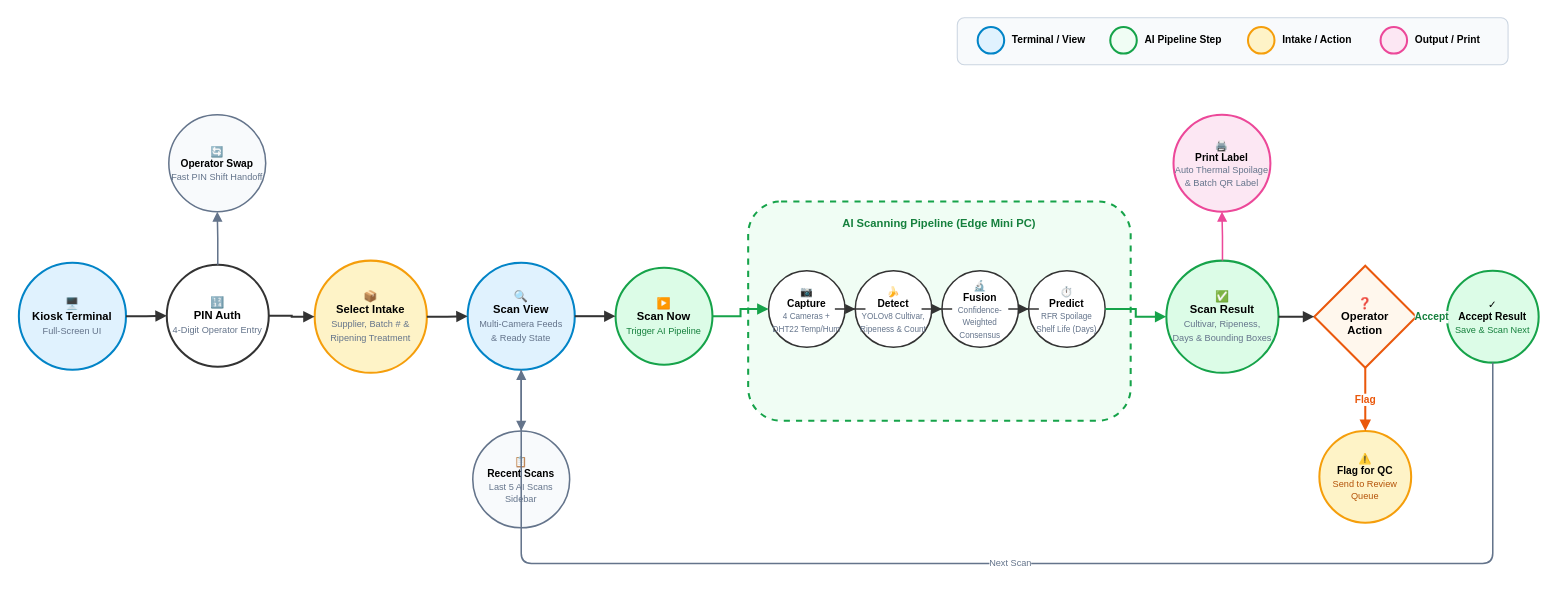
Before: docs/bananavision-docs/docs/workflows/workflow_kiosk.drawio in BlackShark404/BananaVision, a draw.io diagram. Source tidied: cells renumbered, new cells numbered last; positions are measured from the earlier drawing's top-left corner, leaving out a move shared by most shapes. Both pictures are drawn from the tidied source at 102%, with x=0, y=0 at pixel (18, 17).
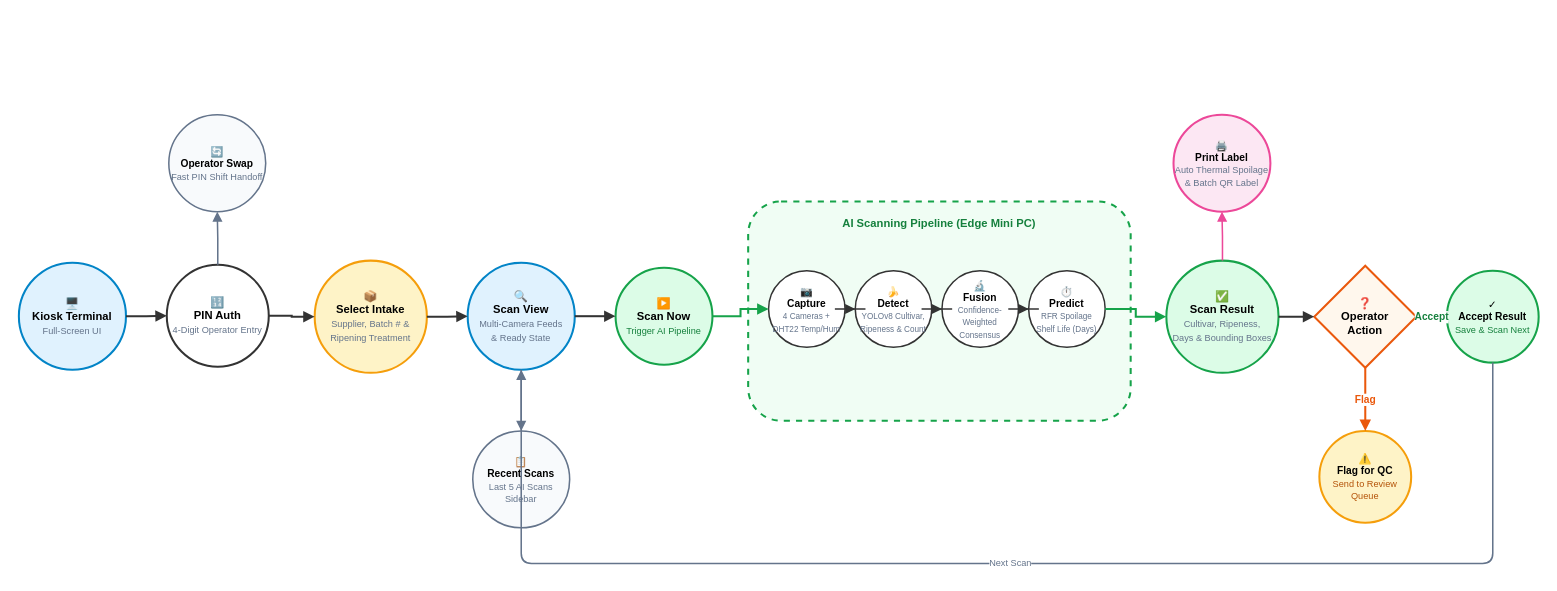
The same diagram, later.

Commit message (it also covers changes not shown here):
refactor: remove legend boxes from workflow diagram files

Change to the diagram source:
```diff
@@
-    <mxCell id="2" style="rounded=1;whiteSpace=wrap;html=1;fillColor=#f8fafc;strokeColor=#cbd5e1;strokeWidth=1;" parent="1" vertex="1">
-      <mxGeometry x="920" width="540" height="46" as="geometry" />
-    </mxCell>
-    <mxCell id="3" style="ellipse;whiteSpace=wrap;html=1;fillColor=#e0f2fe;strokeColor=#0284c7;strokeWidth=2;" parent="1" vertex="1">
-      <mxGeometry x="940" y="9" width="26" height="26" as="geometry" />
-    </mxCell>
-    <mxCell id="4" value="&lt;b&gt;Terminal / View&lt;/b&gt;" style="text;html=1;align=left;verticalAlign=middle;whiteSpace=wrap;rounded=0;fontSize=10;" parent="1" vertex="1">
-      <mxGeometry x="972" y="8" width="85" height="26" as="geometry" />
-    </mxCell>
-    <mxCell id="5" style="ellipse;whiteSpace=wrap;html=1;fillColor=#f0fdf4;strokeColor=#16a34a;strokeWidth=2;" parent="1" vertex="1">
-      <mxGeometry x="1070" y="9" width="26" height="26" as="geometry" />
-    </mxCell>
-    <mxCell id="6" value="&lt;b&gt;AI Pipeline Step&lt;/b&gt;" style="text;html=1;align=left;verticalAlign=middle;whiteSpace=wrap;rounded=0;fontSize=10;" parent="1" vertex="1">
-      <mxGeometry x="1102" y="8" width="90" height="26" as="geometry" />
-    </mxCell>
-    <mxCell id="7" style="ellipse;whiteSpace=wrap;html=1;fillColor=#fef3c7;strokeColor=#f59e0b;strokeWidth=2;" parent="1" vertex="1">
-      <mxGeometry x="1205" y="9" width="26" height="26" as="geometry" />
-    </mxCell>
-    <mxCell id="8" value="&lt;b&gt;Intake / Action&lt;/b&gt;" style="text;html=1;align=left;verticalAlign=middle;whiteSpace=wrap;rounded=0;fontSize=10;" parent="1" vertex="1">
-      <mxGeometry x="1237" y="8" width="85" height="26" as="geometry" />
-    </mxCell>
-    <mxCell id="9" style="ellipse;whiteSpace=wrap;html=1;fillColor=#fce7f3;strokeColor=#ec4899;strokeWidth=2;" parent="1" vertex="1">
-      <mxGeometry x="1335" y="9" width="26" height="26" as="geometry" />
-    </mxCell>
-    <mxCell id="10" value="&lt;b&gt;Output / Print&lt;/b&gt;" style="text;html=1;align=left;verticalAlign=middle;whiteSpace=wrap;rounded=0;fontSize=10;" parent="1" vertex="1">
-      <mxGeometry x="1367" y="8" width="80" height="26" as="geometry" />
-    </mxCell>
```
